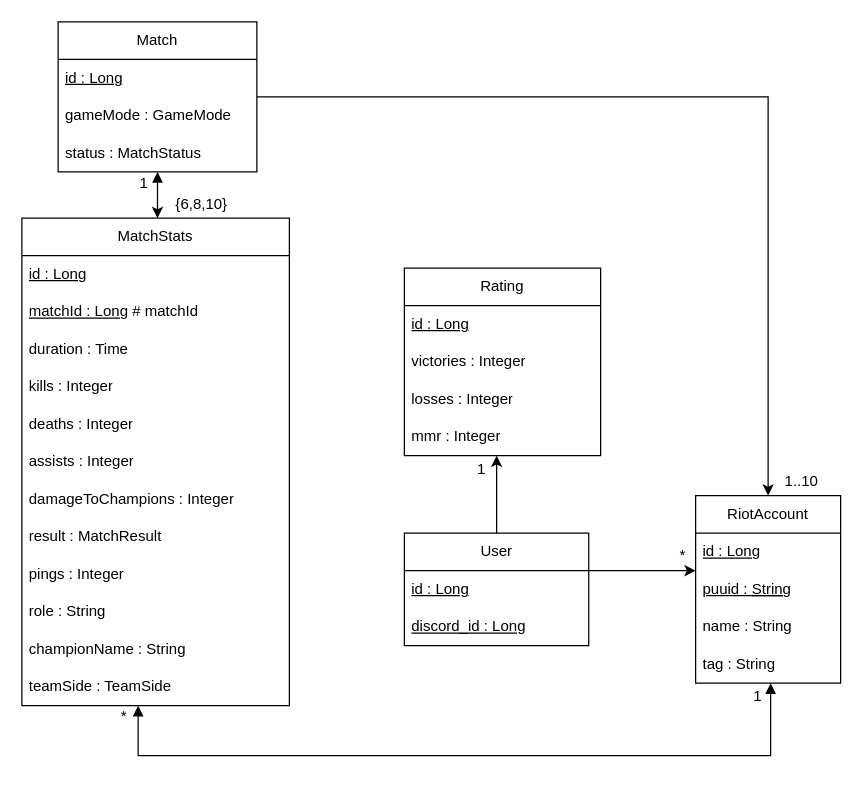
The draw.io diagram DBDiagram.drawio in SousaTrashBin/LeagueCustomsAPI, before the edit. Source tidied: cells renumbered, new cells numbered last; positions are measured from the earlier drawing's top-left corner, leaving out a move shared by most shapes. Both pictures are drawn from the tidied source at 125%, with x=0, y=0 at pixel (21, 21).
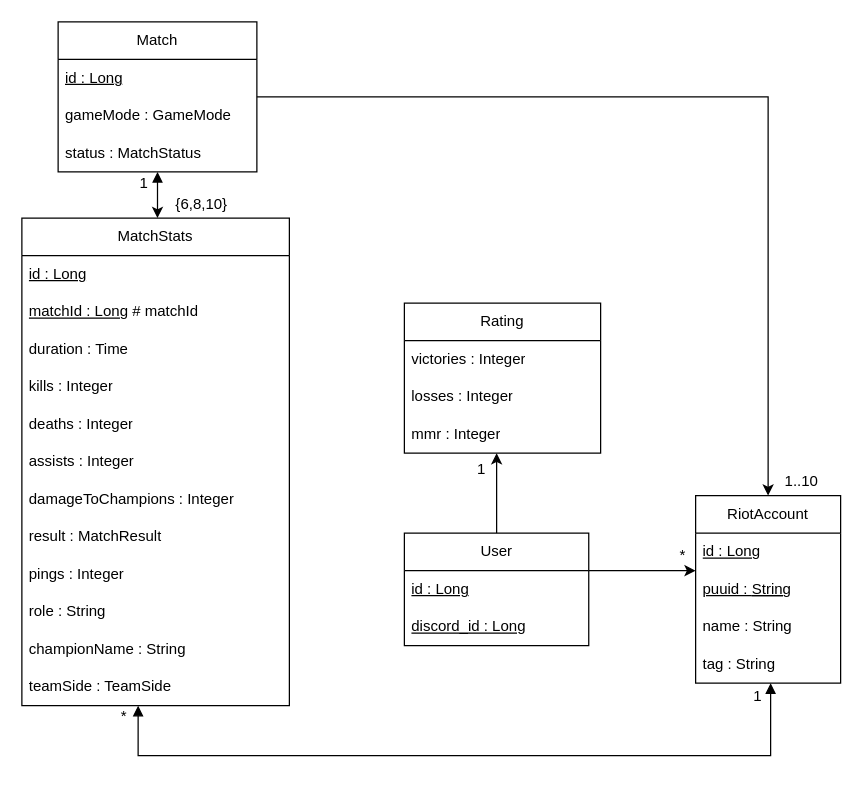
The same page after the edit.

Change to the diagram source:
```diff
@@
     <mxCell id="19" value="Rating" style="swimlane;fontStyle=0;horizontal=1;startSize=30;whiteSpace=wrap;html=1;fontFamily=Berkeley Mono Regular;" parent="1" vertex="1">
-      <mxGeometry x="306" y="197" width="157" height="150" as="geometry" />
+      <mxGeometry x="306" y="225" width="157" height="120" as="geometry" />
     </mxCell>
-    <mxCell id="20" value="&lt;u&gt;id : Long&lt;/u&gt;" style="text;strokeColor=none;fillColor=none;align=left;verticalAlign=middle;spacingLeft=4;spacingRight=4;overflow=hidden;whiteSpace=wrap;html=1;fontStyle=0;fontFamily=Berkeley Mono Regular;" parent="19" vertex="1">
-      <mxGeometry y="30" width="157" height="30" as="geometry" />
-    </mxCell>
     <mxCell id="21" value="victories : Integer" style="text;strokeColor=none;fillColor=none;align=left;verticalAlign=middle;spacingLeft=4;spacingRight=4;overflow=hidden;whiteSpace=wrap;html=1;fontStyle=0;fontFamily=Berkeley Mono Regular;" parent="19" vertex="1">
-      <mxGeometry y="60" width="157" height="30" as="geometry" />
+      <mxGeometry y="30" width="157" height="30" as="geometry" />
     </mxCell>
     <mxCell id="22" value="losses : Integer" style="text;strokeColor=none;fillColor=none;align=left;verticalAlign=middle;spacingLeft=4;spacingRight=4;overflow=hidden;whiteSpace=wrap;html=1;fontStyle=0;fontFamily=Berkeley Mono Regular;" parent="19" vertex="1">
-      <mxGeometry y="90" width="157" height="30" as="geometry" />
+      <mxGeometry y="60" width="157" height="30" as="geometry" />
     </mxCell>
     <mxCell id="23" value="mmr : Integer" style="text;strokeColor=none;fillColor=none;align=left;verticalAlign=middle;spacingLeft=4;spacingRight=4;overflow=hidden;whiteSpace=wrap;html=1;fontStyle=0;fontFamily=Berkeley Mono Regular;" parent="19" vertex="1">
-      <mxGeometry y="120" width="157" height="30" as="geometry" />
+      <mxGeometry y="90" width="157" height="30" as="geometry" />
     </mxCell>
```
